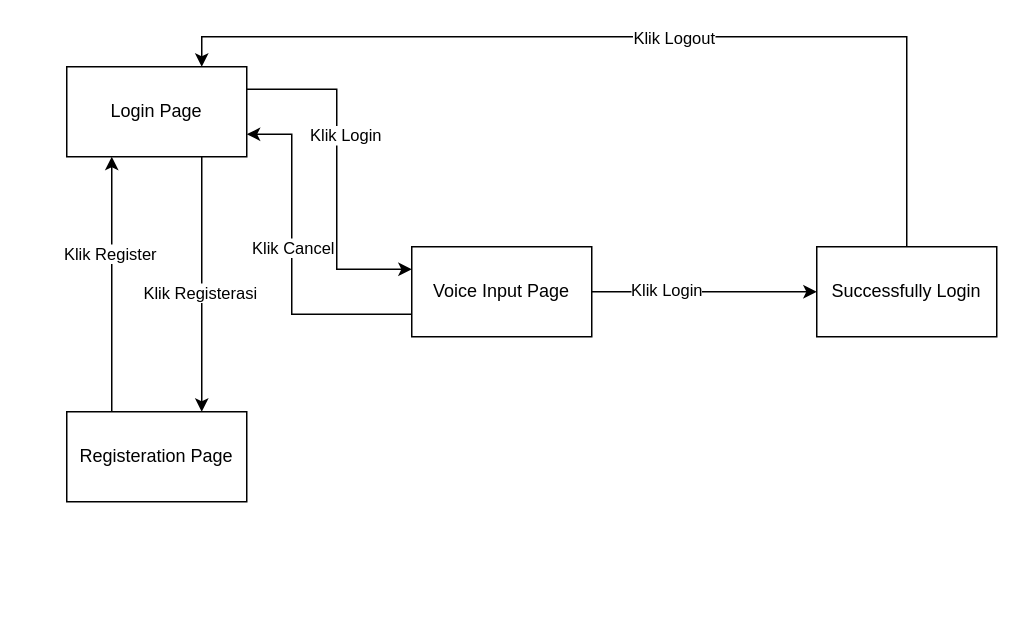
Above: STD.drawio in karageee/Login-system-and-gmm-voice-auth (draw.io), before the change. Source tidied: cells renumbered, new cells numbered last; positions are measured from the earlier drawing's top-left corner, leaving out a move shared by most shapes. Both pictures are drawn from the tidied source at 150%, with x=0, y=0 at pixel (66, 36).
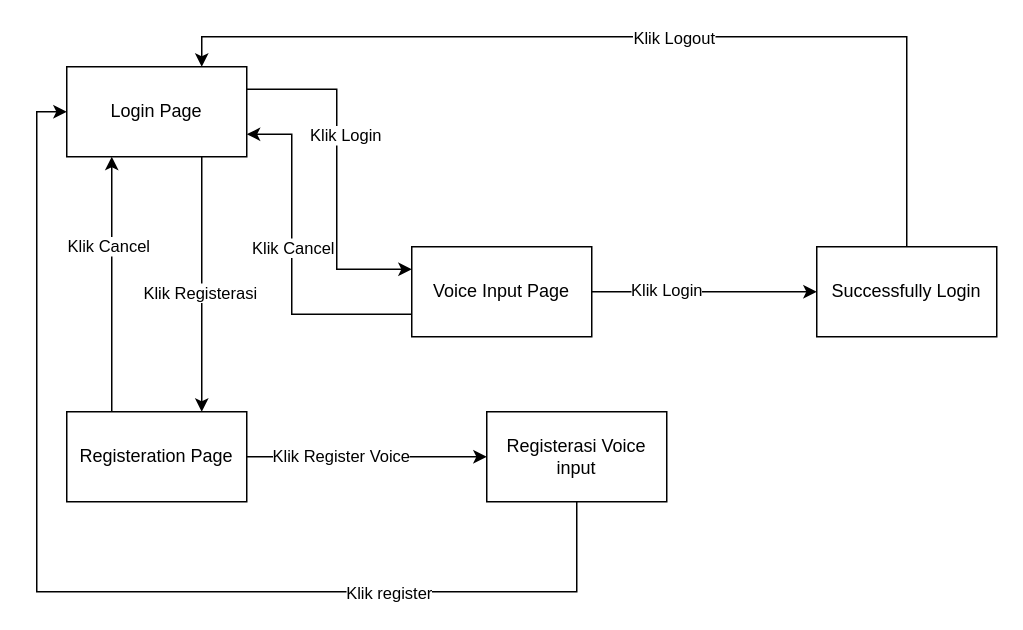
After the change.

The change refers to these unchanged cells:
```xml
<mxCell id="6" value="Login Page" style="rounded=0;whiteSpace=wrap;html=1;" parent="1" vertex="1">
  <mxGeometry y="20" width="120" height="60" as="geometry" />
</mxCell>
<mxCell id="7" style="edgeStyle=orthogonalEdgeStyle;rounded=0;jettySize=auto;html=1;exitX=0.25;exitY=0;exitDx=0;exitDy=0;entryX=0.25;entryY=1;entryDx=0;entryDy=0;" parent="1" edge="1" source="9" target="6">
  <mxGeometry relative="1" as="geometry" />
</mxCell>
<mxCell id="9" value="Registeration Page" style="rounded=0;whiteSpace=wrap;html=1;" parent="1" vertex="1">
  <mxGeometry y="250" width="120" height="60" as="geometry" />
</mxCell>
```

Change to the diagram source:
```diff
@@
+    <mxCell id="18" style="edgeStyle=orthogonalEdgeStyle;rounded=0;jettySize=auto;html=1;entryX=0;entryY=0.5;entryDx=0;entryDy=0;" parent="1" edge="1" source="9" target="23">
+      <mxGeometry relative="1" as="geometry">
+        <Array as="points">
+          <mxPoint x="170" y="280" />
+          <mxPoint x="170" y="280" />
+        </Array>
+      </mxGeometry>
+    </mxCell>
+    <mxCell id="19" value="Klik Register Voice" style="edgeLabel;html=1;align=center;verticalAlign=middle;" parent="18" vertex="1">
+      <mxGeometry x="-0.09" y="11" relative="1" as="geometry">
+        <mxPoint x="-11" y="10" as="offset" />
+      </mxGeometry>
+    </mxCell>
@@
-    <mxCell id="8" value="Klik Register" style="edgeLabel;html=1;align=center;verticalAlign=middle;" parent="7" vertex="1">
-      <mxGeometry x="0.25" y="2" relative="1" as="geometry" />
-    </mxCell>
+    <mxCell id="20" value="Klik Cancel" style="edgeLabel;html=1;align=center;verticalAlign=middle;" parent="7" vertex="1">
+      <mxGeometry x="0.31" y="3" relative="1" as="geometry" />
+    </mxCell>
@@
+    <mxCell id="21" style="edgeStyle=orthogonalEdgeStyle;rounded=0;jettySize=auto;html=1;entryX=0;entryY=0.5;entryDx=0;entryDy=0;" parent="1" edge="1" source="23" target="6">
+      <mxGeometry relative="1" as="geometry">
+        <Array as="points">
+          <mxPoint x="340" y="370" />
+          <mxPoint x="-20" y="370" />
+          <mxPoint x="-20" y="50" />
+        </Array>
+      </mxGeometry>
+    </mxCell>
+    <mxCell id="22" value="Klik register" style="edgeLabel;html=1;align=center;verticalAlign=middle;" parent="21" vertex="1">
+      <mxGeometry x="-0.51" relative="1" as="geometry" />
+    </mxCell>
+    <mxCell id="23" value="Registerasi Voice input" style="rounded=0;whiteSpace=wrap;html=1;" parent="1" vertex="1">
+      <mxGeometry x="280" y="250" width="120" height="60" as="geometry" />
+    </mxCell>
```
